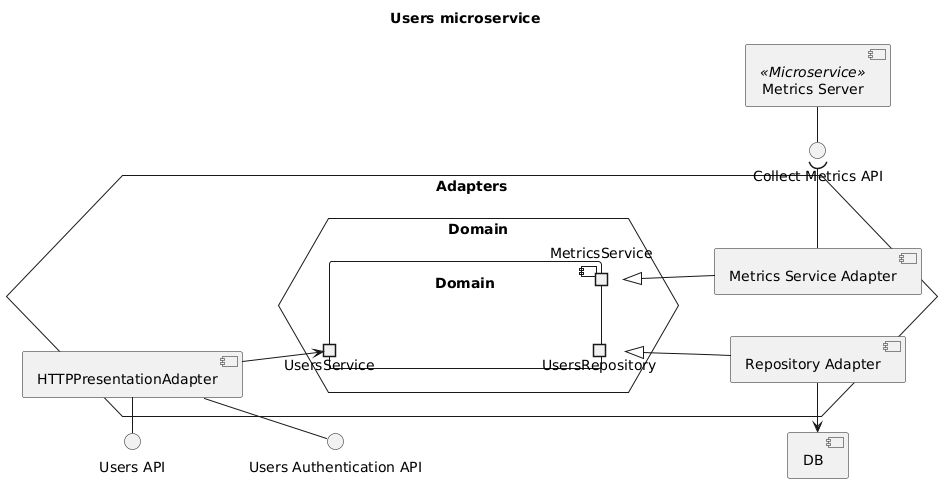
Ventus218/SAP-assignment-02 keeps this PlantUML diagram as doc/diagrams/users-components.png. Above is the earlier version.
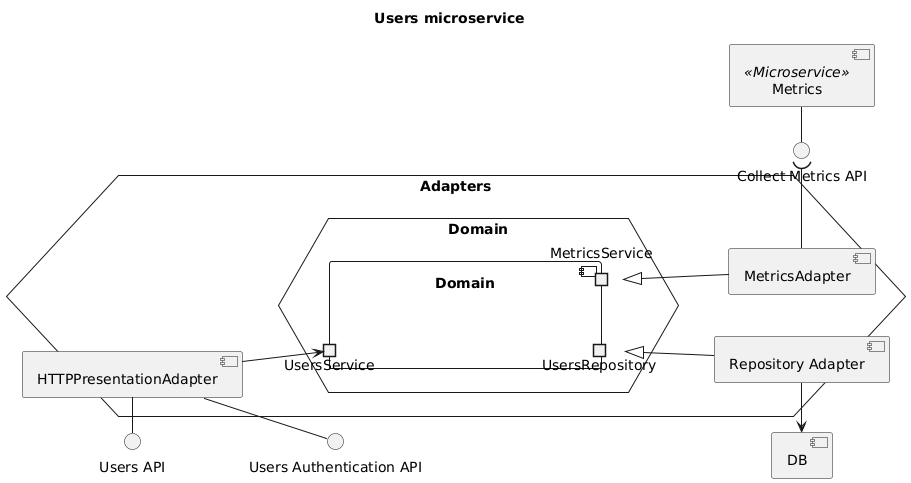
Above is the later version.

The edit, as a diff of the source:
```diff
@@ -22,7 +22,7 @@
     RepoAdapter -u-|> Repo
     RepoAdapter -l-> DB
 
-    component "Metrics Service Adapter" as MetricsAdapter
+    component MetricsAdapter
     MetricsAdapter -u-|> MetricsService
     MetricsAdapter -r-( CollectMetricsAPI
 
@@ -33,7 +33,7 @@
     UsersAPI -[hidden]-> UsersAuthAPI
 }
 
-component "Metrics Server" as MetricsServer <<Microservice>>
-MetricsServer -r-() CollectMetricsAPI
+component "Metrics" as Metrics <<Microservice>>
+Metrics -r-() CollectMetricsAPI
 
 @enduml
```
